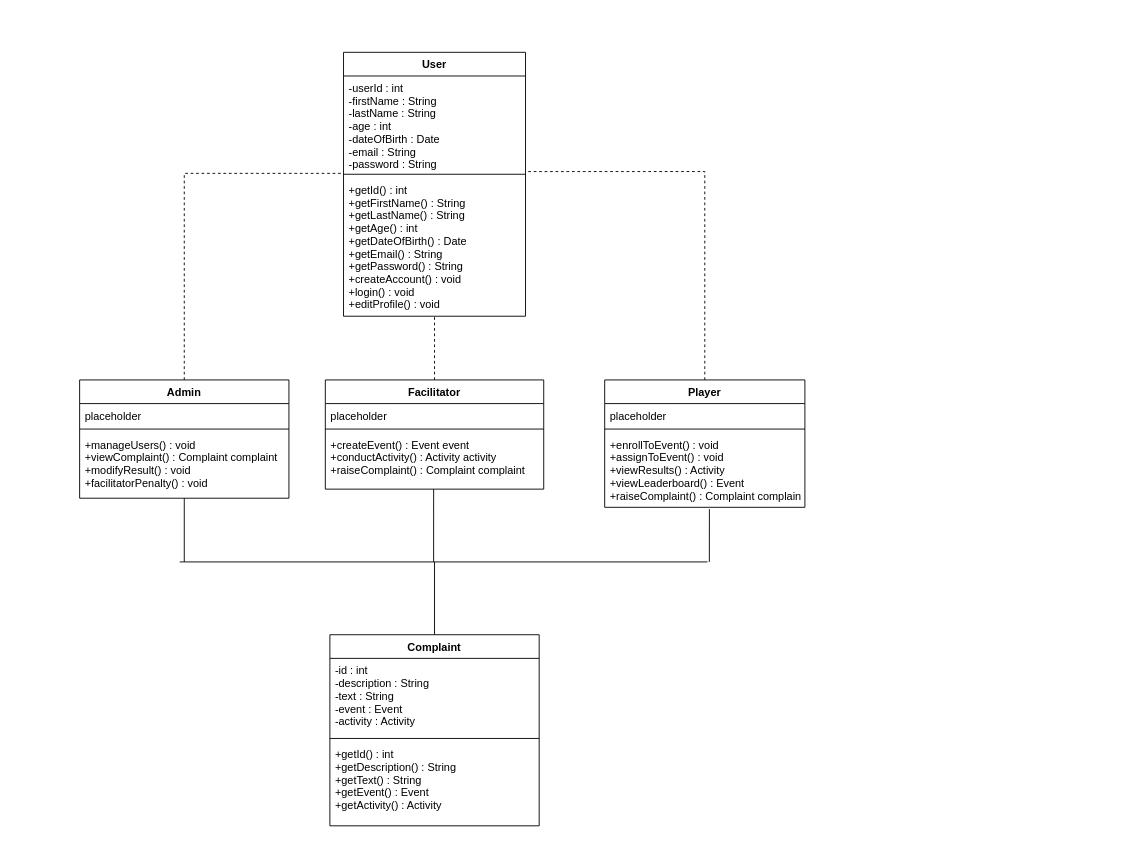
Earlier version of the draw.io diagram Andrei/Users class diagram.drawio (Leonathal/MSS-ASS). Source tidied: cells renumbered, new cells numbered last; positions are measured from the earlier drawing's top-left corner, leaving out a move shared by most shapes. Both pictures are drawn from the tidied source at 91%, with x=0, y=0 at pixel (79, 52).
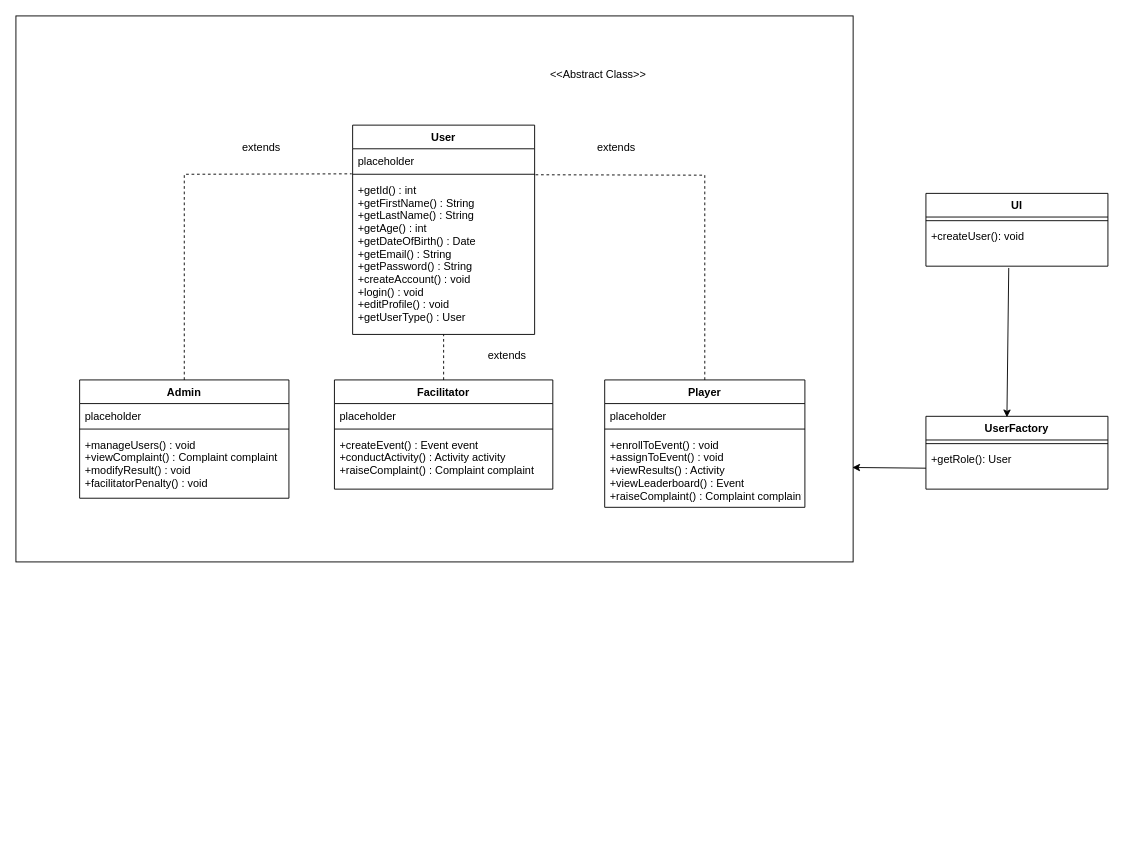
After the change.

Unchanged cells that the change refers to:
```xml
<mxCell id="6" value="Admin" style="swimlane;fontStyle=1;align=center;verticalAlign=top;horizontal=1;startSize=26;" parent="1" vertex="1">
  <mxGeometry y="360" width="230" height="130" as="geometry" />
</mxCell>
<mxCell id="9" value="+manageUsers() : void&#10;+viewComplaint() : Complaint complaint&#10;+modifyResult() : void&#10;+facilitatorPenalty() : void" style="text;strokeColor=none;fillColor=none;align=left;verticalAlign=top;spacingLeft=4;spacingRight=4;overflow=hidden;points=[[0,0.5],[1,0.5]];portConstraint=eastwest;" parent="6" vertex="1">
  <mxGeometry y="58" width="230" height="72" as="geometry" />
</mxCell>
<mxCell id="13" value="+createEvent() : Event event&#10;+conductActivity() : Activity activity&#10;+raiseComplaint() : Complaint complaint" style="text;strokeColor=none;fillColor=none;align=left;verticalAlign=top;spacingLeft=4;spacingRight=4;overflow=hidden;points=[[0,0.5],[1,0.5]];portConstraint=eastwest;" parent="10" vertex="1">
  <mxGeometry y="58" width="240" height="62" as="geometry" />
</mxCell>
<mxCell id="14" value="Player" style="swimlane;fontStyle=1;align=center;verticalAlign=top;horizontal=1;startSize=26;" parent="1" vertex="1">
  <mxGeometry x="577" y="360" width="220" height="140" as="geometry" />
</mxCell>
<mxCell id="17" value="+enrollToEvent() : void&#10;+assignToEvent() : void&#10;+viewResults() : Activity&#10;+viewLeaderboard() : Event&#10;+raiseComplaint() : Complaint complaint" style="text;strokeColor=none;fillColor=none;align=left;verticalAlign=top;spacingLeft=4;spacingRight=4;overflow=hidden;points=[[0,0.5],[1,0.5]];portConstraint=eastwest;" parent="14" vertex="1">
  <mxGeometry y="58" width="220" height="82" as="geometry" />
</mxCell>
```

What changed in the source:
```diff
@@
+    <mxCell id="30" style="rounded=0;whiteSpace=wrap;html=1;" parent="1" vertex="1">
+      <mxGeometry x="-70" y="-40" width="920" height="600" as="geometry" />
+    </mxCell>
     <mxCell id="2" value="User" style="swimlane;fontStyle=1;align=center;verticalAlign=top;horizontal=1;startSize=26;" parent="1" vertex="1">
-      <mxGeometry x="290" width="200" height="290" as="geometry" />
+      <mxGeometry x="300" y="80" width="200" height="230" as="geometry" />
     </mxCell>
-    <mxCell id="3" value="-userId : int&#10;-firstName : String&#10;-lastName : String&#10;-age : int&#10;-dateOfBirth : Date&#10;-email : String&#10;-password : String" style="text;strokeColor=none;fillColor=none;align=left;verticalAlign=top;spacingLeft=4;spacingRight=4;overflow=hidden;points=[[0,0.5],[1,0.5]];portConstraint=eastwest;" parent="2" vertex="1">
-      <mxGeometry y="26" width="200" height="104" as="geometry" />
+    <mxCell id="3" value="placeholder" style="text;strokeColor=none;fillColor=none;align=left;verticalAlign=top;spacingLeft=4;spacingRight=4;overflow=hidden;points=[[0,0.5],[1,0.5]];portConstraint=eastwest;" parent="2" vertex="1">
+      <mxGeometry y="26" width="200" height="24" as="geometry" />
     </mxCell>
     <mxCell id="4" style="line;strokeWidth=1;fillColor=none;align=left;verticalAlign=middle;spacingTop=-1;spacingLeft=3;spacingRight=3;labelPosition=right;" parent="2" vertex="1">
-      <mxGeometry y="130" width="200" height="8" as="geometry" />
+      <mxGeometry y="50" width="200" height="8" as="geometry" />
     </mxCell>
-    <mxCell id="5" value="+getId() : int&#10;+getFirstName() : String&#10;+getLastName() : String&#10;+getAge() : int&#10;+getDateOfBirth() : Date&#10;+getEmail() : String&#10;+getPassword() : String&#10;+createAccount() : void&#10;+login() : void&#10;+editProfile() : void" style="text;strokeColor=none;fillColor=none;align=left;verticalAlign=top;spacingLeft=4;spacingRight=4;overflow=hidden;points=[[0,0.5],[1,0.5]];portConstraint=eastwest;" parent="2" vertex="1">
-      <mxGeometry y="138" width="200" height="152" as="geometry" />
+    <mxCell id="5" value="+getId() : int&#10;+getFirstName() : String&#10;+getLastName() : String&#10;+getAge() : int&#10;+getDateOfBirth() : Date&#10;+getEmail() : String&#10;+getPassword() : String&#10;+createAccount() : void&#10;+login() : void&#10;+editProfile() : void&#10;+getUserType() : User" style="text;strokeColor=none;fillColor=none;align=left;verticalAlign=top;spacingLeft=4;spacingRight=4;overflow=hidden;points=[[0,0.5],[1,0.5]];portConstraint=eastwest;" parent="2" vertex="1">
+      <mxGeometry y="58" width="200" height="172" as="geometry" />
     </mxCell>
@@
     <mxCell id="10" value="Facilitator" style="swimlane;fontStyle=1;align=center;verticalAlign=top;horizontal=1;startSize=26;" parent="1" vertex="1">
-      <mxGeometry x="270" y="360" width="240" height="120" as="geometry" />
+      <mxGeometry x="280" y="360" width="240" height="120" as="geometry" />
     </mxCell>
@@
-    <mxCell id="18" style="endArrow=none;dashed=1;html=1;rounded=0;entryX=1.01;entryY=1.01;entryDx=0;entryDy=0;entryPerimeter=0;exitX=0.5;exitY=0;exitDx=0;exitDy=0;" parent="1" edge="1" source="14" target="3">
+    <mxCell id="18" style="endArrow=none;dashed=1;html=1;rounded=0;exitX=0.5;exitY=0;exitDx=0;exitDy=0;entryX=1.005;entryY=-0.02;entryDx=0;entryDy=0;entryPerimeter=0;" parent="1" edge="1" source="14" target="5">
       <mxGeometry relative="1" as="geometry">
         <Array as="points">
-          <mxPoint x="687" y="131" />
+          <mxPoint x="687" y="135" />
         </Array>
       </mxGeometry>
     </mxCell>
-    <mxCell id="19" style="endArrow=none;dashed=1;html=1;rounded=0;entryX=-0.015;entryY=1.029;entryDx=0;entryDy=0;entryPerimeter=0;exitX=0.5;exitY=0;exitDx=0;exitDy=0;" parent="1" edge="1" source="6" target="3">
+    <mxCell id="19" style="endArrow=none;dashed=1;html=1;rounded=0;exitX=0.5;exitY=0;exitDx=0;exitDy=0;entryX=-0.005;entryY=-0.026;entryDx=0;entryDy=0;entryPerimeter=0;" parent="1" edge="1" source="6" target="5">
       <mxGeometry relative="1" as="geometry">
         <Array as="points">
-          <mxPoint x="115" y="133" />
+          <mxPoint x="115" y="134" />
         </Array>
       </mxGeometry>
     </mxCell>
@@
-    <mxCell id="21" value="Complaint" style="swimlane;fontStyle=1;align=center;verticalAlign=top;horizontal=1;startSize=26;" parent="1" vertex="1">
-      <mxGeometry x="275" y="640" width="230" height="210" as="geometry" />
-    </mxCell>
-    <mxCell id="22" value="-id : int&#10;-description : String&#10;-text : String&#10;-event : Event&#10;-activity : Activity" style="text;strokeColor=none;fillColor=none;align=left;verticalAlign=top;spacingLeft=4;spacingRight=4;overflow=hidden;" parent="21" vertex="1">
-      <mxGeometry y="26" width="230" height="84" as="geometry" />
-    </mxCell>
-    <mxCell id="23" style="line;strokeWidth=1;fillColor=none;align=left;verticalAlign=middle;spacingTop=-1;spacingLeft=3;spacingRight=3;labelPosition=right;" parent="21" vertex="1">
-      <mxGeometry y="110" width="230" height="8" as="geometry" />
-    </mxCell>
-    <mxCell id="24" value="+getId() : int&#10;+getDescription() : String&#10;+getText() : String&#10;+getEvent() : Event&#10;+getActivity() : Activity" style="text;strokeColor=none;fillColor=none;align=left;verticalAlign=top;spacingLeft=4;spacingRight=4;overflow=hidden;" parent="21" vertex="1">
-      <mxGeometry y="118" width="230" height="92" as="geometry" />
-    </mxCell>
-    <mxCell id="25" style="endArrow=none;html=1;rounded=0;entryX=0.5;entryY=0;entryDx=0;entryDy=0;" parent="1" edge="1" target="21">
-      <mxGeometry relative="1" as="geometry">
-        <mxPoint x="390" y="560" as="sourcePoint" />
-      </mxGeometry>
-    </mxCell>
-    <mxCell id="26" style="endArrow=none;html=1;rounded=0;" parent="1" edge="1">
-      <mxGeometry relative="1" as="geometry">
-        <mxPoint x="110" y="560" as="sourcePoint" />
-        <mxPoint x="690" y="560" as="targetPoint" />
-      </mxGeometry>
-    </mxCell>
-    <mxCell id="27" style="endArrow=none;html=1;rounded=0;exitX=0.523;exitY=1.024;exitDx=0;exitDy=0;exitPerimeter=0;" parent="1" edge="1" source="17">
-      <mxGeometry relative="1" as="geometry">
-        <mxPoint x="692" y="560" as="targetPoint" />
-      </mxGeometry>
-    </mxCell>
-    <mxCell id="28" style="endArrow=none;html=1;rounded=0;exitX=0.5;exitY=1;exitDx=0;exitDy=0;exitPerimeter=0;" parent="1" edge="1" source="9">
-      <mxGeometry relative="1" as="geometry">
-        <mxPoint x="115" y="560" as="targetPoint" />
-      </mxGeometry>
-    </mxCell>
-    <mxCell id="29" style="endArrow=none;html=1;rounded=0;exitX=0.496;exitY=1;exitDx=0;exitDy=0;exitPerimeter=0;" parent="1" edge="1" source="13">
-      <mxGeometry relative="1" as="geometry">
-        <mxPoint x="389" y="560" as="targetPoint" />
-      </mxGeometry>
-    </mxCell>
+    <mxCell id="31" value="&amp;lt;&amp;lt;Abstract Class&amp;gt;&amp;gt;" style="text;html=1;strokeColor=none;fillColor=none;align=center;verticalAlign=middle;whiteSpace=wrap;rounded=0;" parent="1" vertex="1">
+      <mxGeometry x="510" y="10" width="120" height="30" as="geometry" />
+    </mxCell>
+    <mxCell id="32" value="extends" style="text;html=1;strokeColor=none;fillColor=none;align=center;verticalAlign=middle;whiteSpace=wrap;rounded=0;" parent="1" vertex="1">
+      <mxGeometry x="530" y="90" width="120" height="30" as="geometry" />
+    </mxCell>
+    <mxCell id="33" value="extends" style="text;html=1;strokeColor=none;fillColor=none;align=center;verticalAlign=middle;whiteSpace=wrap;rounded=0;" parent="1" vertex="1">
+      <mxGeometry x="140" y="90" width="120" height="30" as="geometry" />
+    </mxCell>
+    <mxCell id="34" value="extends" style="text;html=1;strokeColor=none;fillColor=none;align=center;verticalAlign=middle;whiteSpace=wrap;rounded=0;" parent="1" vertex="1">
+      <mxGeometry x="410" y="318" width="120" height="30" as="geometry" />
+    </mxCell>
+    <mxCell id="35" value="UserFactory" style="swimlane;fontStyle=1;align=center;verticalAlign=top;horizontal=1;startSize=26;" parent="1" vertex="1">
+      <mxGeometry x="930" y="400" width="200" height="80" as="geometry" />
+    </mxCell>
+    <mxCell id="36" style="line;strokeWidth=1;fillColor=none;align=left;verticalAlign=middle;spacingTop=-1;spacingLeft=3;spacingRight=3;labelPosition=right;" parent="35" vertex="1">
+      <mxGeometry y="26" width="200" height="8" as="geometry" />
+    </mxCell>
+    <mxCell id="37" value="+getRole(): User" style="text;strokeColor=none;fillColor=none;align=left;verticalAlign=top;spacingLeft=4;spacingRight=4;overflow=hidden;points=[[0,0.5],[1,0.5]];portConstraint=eastwest;" parent="35" vertex="1">
+      <mxGeometry y="34" width="200" height="46" as="geometry" />
+    </mxCell>
+    <mxCell id="38" style="endArrow=classic;html=1;rounded=0;exitX=0;exitY=0.5;exitDx=0;exitDy=0;entryX=0.999;entryY=0.827;entryDx=0;entryDy=0;entryPerimeter=0;" parent="1" edge="1" source="37" target="30">
+      <mxGeometry relative="1" as="geometry" />
+    </mxCell>
+    <mxCell id="39" value="UI" style="swimlane;fontStyle=1;align=center;verticalAlign=top;horizontal=1;startSize=26;" parent="1" vertex="1">
+      <mxGeometry x="930" y="155" width="200" height="80" as="geometry" />
+    </mxCell>
+    <mxCell id="40" style="line;strokeWidth=1;fillColor=none;align=left;verticalAlign=middle;spacingTop=-1;spacingLeft=3;spacingRight=3;labelPosition=right;" parent="39" vertex="1">
+      <mxGeometry y="26" width="200" height="8" as="geometry" />
+    </mxCell>
+    <mxCell id="41" value="+createUser(): void" style="text;strokeColor=none;fillColor=none;align=left;verticalAlign=top;spacingLeft=4;spacingRight=4;overflow=hidden;points=[[0,0.5],[1,0.5]];portConstraint=eastwest;" parent="39" vertex="1">
+      <mxGeometry y="34" width="200" height="46" as="geometry" />
+    </mxCell>
+    <mxCell id="42" style="endArrow=classic;html=1;rounded=0;exitX=0.455;exitY=1.043;exitDx=0;exitDy=0;entryX=0.445;entryY=0.013;entryDx=0;entryDy=0;entryPerimeter=0;exitPerimeter=0;" parent="1" edge="1" source="41" target="35">
+      <mxGeometry relative="1" as="geometry" />
+    </mxCell>
```
